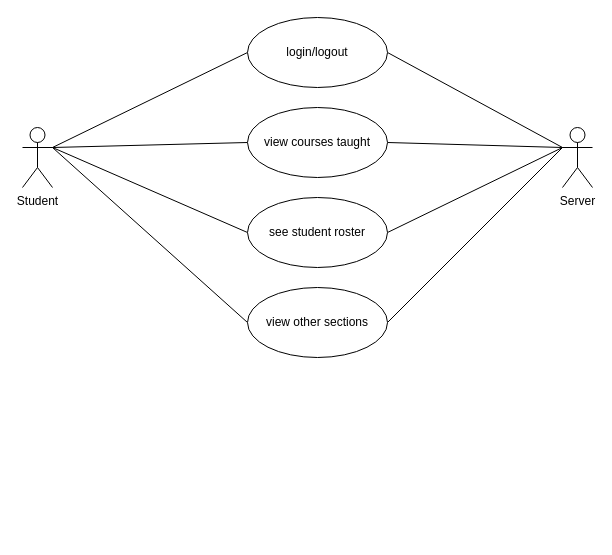
Earlier version of the draw.io diagram Models/Student_USE.drawio (kryskon/CURSE). Source tidied: cells renumbered, new cells numbered last; positions are measured from the earlier drawing's top-left corner, leaving out a move shared by most shapes. Both pictures are drawn from the tidied source at 100%, with x=0, y=0 at pixel (22, 17).
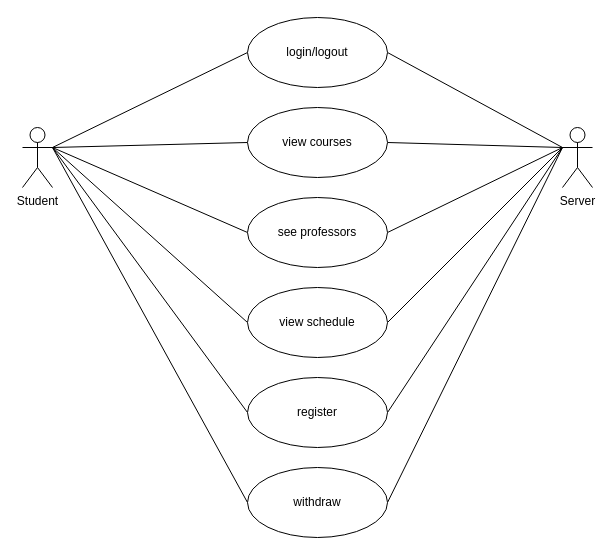
The same page after the edit.

Unchanged cells that the change refers to:
```xml
<mxCell id="6" value="Student" style="shape=umlActor;verticalLabelPosition=bottom;labelBackgroundColor=#ffffff;verticalAlign=top;html=1;" parent="1" vertex="1">
  <mxGeometry y="110" width="30" height="60" as="geometry" />
</mxCell>
<mxCell id="15" value="Server&lt;br&gt;" style="shape=umlActor;verticalLabelPosition=bottom;labelBackgroundColor=#ffffff;verticalAlign=top;html=1;" parent="1" vertex="1">
  <mxGeometry x="540" y="110" width="30" height="60" as="geometry" />
</mxCell>
```

The edit, as a diff of the source:
```diff
@@
+    <mxCell id="16" style="rounded=0;jettySize=auto;html=1;exitX=1;exitY=0.3333333333333333;exitDx=0;exitDy=0;exitPerimeter=0;entryX=0;entryY=0.5;entryDx=0;entryDy=0;endArrow=none;endFill=0;" parent="1" edge="1" source="6" target="18">
+      <mxGeometry relative="1" as="geometry" />
+    </mxCell>
@@
-    <mxCell id="10" value="view courses taught" style="ellipse;whiteSpace=wrap;html=1;" parent="1" vertex="1">
+    <mxCell id="10" value="view courses" style="ellipse;whiteSpace=wrap;html=1;" parent="1" vertex="1">
       <mxGeometry x="225" y="90" width="140" height="70" as="geometry" />
     </mxCell>
@@
-    <mxCell id="12" value="see student roster" style="ellipse;whiteSpace=wrap;html=1;" parent="1" vertex="1">
+    <mxCell id="12" value="see professors" style="ellipse;whiteSpace=wrap;html=1;" parent="1" vertex="1">
       <mxGeometry x="225" y="180" width="140" height="70" as="geometry" />
     </mxCell>
@@
-    <mxCell id="14" value="view other sections&lt;br&gt;" style="ellipse;whiteSpace=wrap;html=1;" parent="1" vertex="1">
+    <mxCell id="14" value="view schedule&lt;br&gt;" style="ellipse;whiteSpace=wrap;html=1;" parent="1" vertex="1">
       <mxGeometry x="225" y="270" width="140" height="70" as="geometry" />
     </mxCell>
@@
+    <mxCell id="17" style="edgeStyle=none;rounded=0;jettySize=auto;html=1;exitX=1;exitY=0.5;exitDx=0;exitDy=0;endArrow=none;endFill=0;entryX=0;entryY=0.3333333333333333;entryDx=0;entryDy=0;entryPerimeter=0;" parent="1" edge="1" source="18" target="15">
+      <mxGeometry relative="1" as="geometry" />
+    </mxCell>
+    <mxCell id="18" value="register&lt;br&gt;" style="ellipse;whiteSpace=wrap;html=1;" parent="1" vertex="1">
+      <mxGeometry x="225" y="360" width="140" height="70" as="geometry" />
+    </mxCell>
+    <mxCell id="19" style="edgeStyle=none;rounded=0;jettySize=auto;html=1;exitX=0;exitY=0.5;exitDx=0;exitDy=0;endArrow=none;endFill=0;entryX=1;entryY=0.3333333333333333;entryDx=0;entryDy=0;entryPerimeter=0;" parent="1" edge="1" source="21" target="6">
+      <mxGeometry relative="1" as="geometry" />
+    </mxCell>
+    <mxCell id="20" style="edgeStyle=none;rounded=0;jettySize=auto;html=1;exitX=1;exitY=0.5;exitDx=0;exitDy=0;entryX=0;entryY=0.3333333333333333;entryDx=0;entryDy=0;entryPerimeter=0;endArrow=none;endFill=0;" parent="1" edge="1" source="21" target="15">
+      <mxGeometry relative="1" as="geometry" />
+    </mxCell>
+    <mxCell id="21" value="withdraw" style="ellipse;whiteSpace=wrap;html=1;" parent="1" vertex="1">
+      <mxGeometry x="225" y="450" width="140" height="70" as="geometry" />
+    </mxCell>
```
